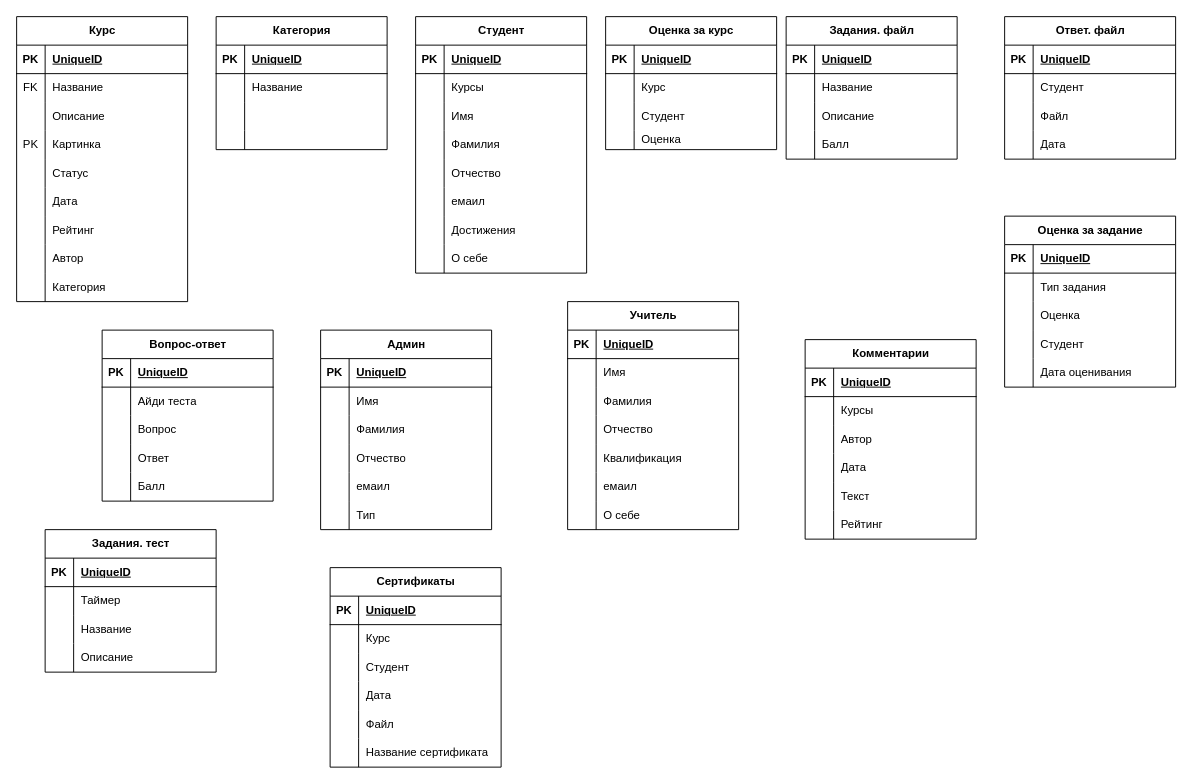
Above: Диаграмма без названия.drawio in Thinknov/my (draw.io), before the change. Source tidied: cells renumbered, new cells numbered last; positions are measured from the earlier drawing's top-left corner, leaving out a move shared by most shapes. Both pictures are drawn from the tidied source at 95%, with x=0, y=0 at pixel (16, 16).
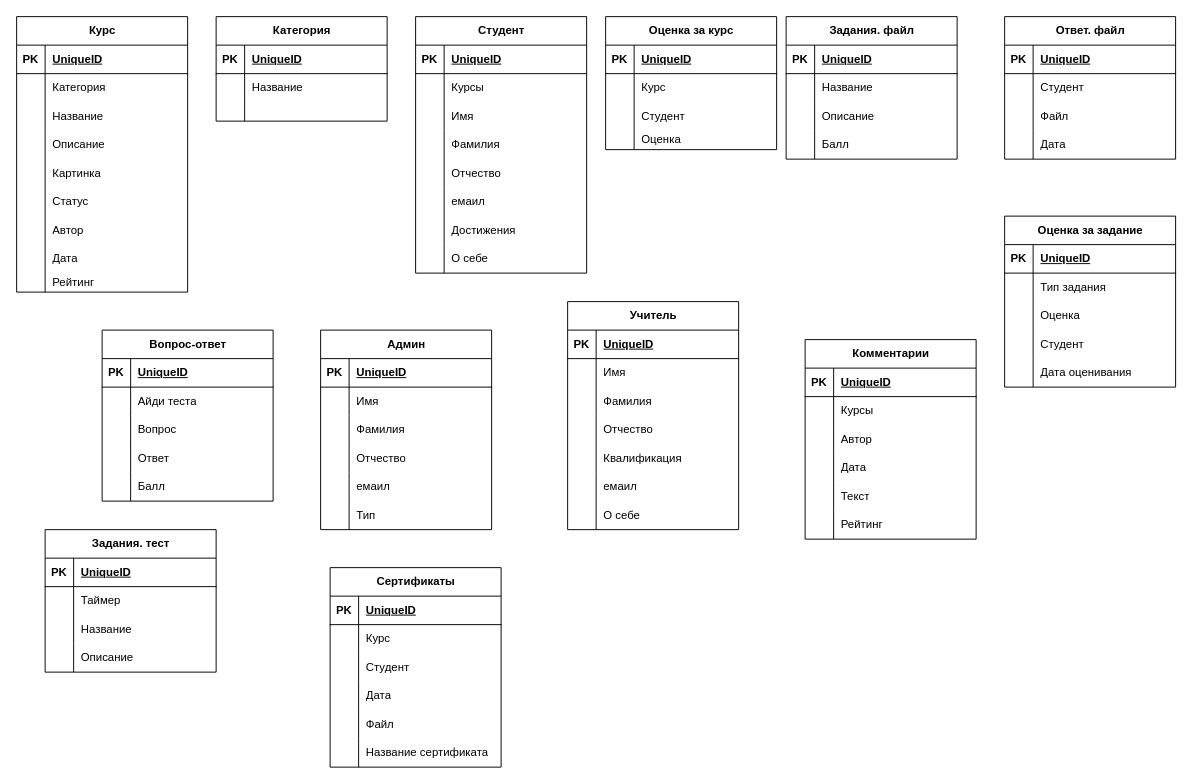
Above is the later version.

Change to the diagram source:
```diff
@@
     <mxCell id="2" value="Курс" style="shape=table;startSize=30;childLayout=tableLayout;rowLines=0;fontStyle=1;align=center;html=1;" parent="1" vertex="1">
-      <mxGeometry width="180" height="300" as="geometry" />
+      <mxGeometry width="180" height="290" as="geometry" />
     </mxCell>
@@
+    <mxCell id="27" style="shape=tableRow;horizontal=0;startSize=0;swimlaneHead=0;swimlaneBody=0;fillColor=none;top=0;left=0;right=0;bottom=0;" parent="2" vertex="1">
+      <mxGeometry y="60" width="180" height="30" as="geometry" />
+    </mxCell>
+    <mxCell id="28" style="shape=partialRectangle;fillColor=none;top=0;left=0;bottom=0;right=0;overflow=hidden;whiteSpace=wrap;html=1;" parent="27" vertex="1">
+      <mxGeometry width="30" height="30" as="geometry" />
+    </mxCell>
+    <mxCell id="29" value="Категория" style="shape=partialRectangle;fillColor=none;top=0;left=0;bottom=0;right=0;align=left;spacingLeft=6;overflow=hidden;whiteSpace=wrap;html=1;" parent="27" vertex="1">
+      <mxGeometry x="30" width="150" height="30" as="geometry" />
+    </mxCell>
     <mxCell id="6" style="shape=tableRow;horizontal=0;startSize=0;swimlaneHead=0;swimlaneBody=0;fillColor=none;top=0;left=0;right=0;bottom=0;" parent="2" vertex="1">
-      <mxGeometry y="60" width="180" height="30" as="geometry" />
+      <mxGeometry y="90" width="180" height="30" as="geometry" />
     </mxCell>
-    <mxCell id="7" value="FK" style="shape=partialRectangle;fillColor=none;top=0;left=0;bottom=0;right=0;overflow=hidden;whiteSpace=wrap;html=1;" parent="6" vertex="1">
+    <mxCell id="7" style="shape=partialRectangle;fillColor=none;top=0;left=0;bottom=0;right=0;overflow=hidden;whiteSpace=wrap;html=1;" parent="6" vertex="1">
       <mxGeometry width="30" height="30" as="geometry" />
     </mxCell>
@@
     <mxCell id="9" style="shape=tableRow;horizontal=0;startSize=0;swimlaneHead=0;swimlaneBody=0;fillColor=none;top=0;left=0;right=0;bottom=0;" parent="2" vertex="1">
-      <mxGeometry y="90" width="180" height="30" as="geometry" />
+      <mxGeometry y="120" width="180" height="30" as="geometry" />
     </mxCell>
@@
     <mxCell id="12" style="shape=tableRow;horizontal=0;startSize=0;swimlaneHead=0;swimlaneBody=0;fillColor=none;top=0;left=0;right=0;bottom=0;" parent="2" vertex="1">
-      <mxGeometry y="120" width="180" height="30" as="geometry" />
+      <mxGeometry y="150" width="180" height="30" as="geometry" />
     </mxCell>
-    <mxCell id="13" value="&lt;div&gt;PK&lt;/div&gt;" style="shape=partialRectangle;fillColor=none;top=0;left=0;bottom=0;right=0;overflow=hidden;whiteSpace=wrap;html=1;" parent="12" vertex="1">
+    <mxCell id="13" style="shape=partialRectangle;fillColor=none;top=0;left=0;bottom=0;right=0;overflow=hidden;whiteSpace=wrap;html=1;" parent="12" vertex="1">
       <mxGeometry width="30" height="30" as="geometry" />
     </mxCell>
@@
     <mxCell id="15" style="shape=tableRow;horizontal=0;startSize=0;swimlaneHead=0;swimlaneBody=0;fillColor=none;top=0;left=0;right=0;bottom=0;" parent="2" vertex="1">
-      <mxGeometry y="150" width="180" height="30" as="geometry" />
+      <mxGeometry y="180" width="180" height="30" as="geometry" />
     </mxCell>
@@
+    <mxCell id="24" style="shape=tableRow;horizontal=0;startSize=0;swimlaneHead=0;swimlaneBody=0;fillColor=none;top=0;left=0;right=0;bottom=0;" parent="2" vertex="1">
+      <mxGeometry y="210" width="180" height="30" as="geometry" />
+    </mxCell>
+    <mxCell id="25" style="shape=partialRectangle;fillColor=none;top=0;left=0;bottom=0;right=0;overflow=hidden;whiteSpace=wrap;html=1;" parent="24" vertex="1">
+      <mxGeometry width="30" height="30" as="geometry" />
+    </mxCell>
+    <mxCell id="26" value="Автор" style="shape=partialRectangle;fillColor=none;top=0;left=0;bottom=0;right=0;align=left;spacingLeft=6;overflow=hidden;whiteSpace=wrap;html=1;" parent="24" vertex="1">
+      <mxGeometry x="30" width="150" height="30" as="geometry" />
+    </mxCell>
     <mxCell id="18" style="shape=tableRow;horizontal=0;startSize=0;swimlaneHead=0;swimlaneBody=0;fillColor=none;top=0;left=0;right=0;bottom=0;" parent="2" vertex="1">
-      <mxGeometry y="180" width="180" height="30" as="geometry" />
+      <mxGeometry y="240" width="180" height="30" as="geometry" />
     </mxCell>
@@
     <mxCell id="21" style="shape=tableRow;horizontal=0;startSize=0;swimlaneHead=0;swimlaneBody=0;fillColor=none;top=0;left=0;right=0;bottom=0;" parent="2" vertex="1">
-      <mxGeometry y="210" width="180" height="30" as="geometry" />
+      <mxGeometry y="270" width="180" height="20" as="geometry" />
     </mxCell>
     <mxCell id="22" style="shape=partialRectangle;fillColor=none;top=0;left=0;bottom=0;right=0;overflow=hidden;whiteSpace=wrap;html=1;" parent="21" vertex="1">
-      <mxGeometry width="30" height="30" as="geometry" />
+      <mxGeometry width="30" height="20" as="geometry" />
     </mxCell>
     <mxCell id="23" value="Рейтинг" style="shape=partialRectangle;fillColor=none;top=0;left=0;bottom=0;right=0;align=left;spacingLeft=6;overflow=hidden;whiteSpace=wrap;html=1;" parent="21" vertex="1">
-      <mxGeometry x="30" width="150" height="30" as="geometry" />
+      <mxGeometry x="30" width="150" height="20" as="geometry" />
     </mxCell>
-    <mxCell id="24" style="shape=tableRow;horizontal=0;startSize=0;swimlaneHead=0;swimlaneBody=0;fillColor=none;top=0;left=0;right=0;bottom=0;" parent="2" vertex="1">
-      <mxGeometry y="240" width="180" height="30" as="geometry" />
-    </mxCell>
-    <mxCell id="25" style="shape=partialRectangle;fillColor=none;top=0;left=0;bottom=0;right=0;overflow=hidden;whiteSpace=wrap;html=1;" parent="24" vertex="1">
-      <mxGeometry width="30" height="30" as="geometry" />
-    </mxCell>
-    <mxCell id="26" value="Автор" style="shape=partialRectangle;fillColor=none;top=0;left=0;bottom=0;right=0;align=left;spacingLeft=6;overflow=hidden;whiteSpace=wrap;html=1;" parent="24" vertex="1">
-      <mxGeometry x="30" width="150" height="30" as="geometry" />
-    </mxCell>
-    <mxCell id="27" style="shape=tableRow;horizontal=0;startSize=0;swimlaneHead=0;swimlaneBody=0;fillColor=none;top=0;left=0;right=0;bottom=0;" parent="2" vertex="1">
-      <mxGeometry y="270" width="180" height="30" as="geometry" />
-    </mxCell>
-    <mxCell id="28" style="shape=partialRectangle;fillColor=none;top=0;left=0;bottom=0;right=0;overflow=hidden;whiteSpace=wrap;html=1;" parent="27" vertex="1">
-      <mxGeometry width="30" height="30" as="geometry" />
-    </mxCell>
-    <mxCell id="29" value="Категория" style="shape=partialRectangle;fillColor=none;top=0;left=0;bottom=0;right=0;align=left;spacingLeft=6;overflow=hidden;whiteSpace=wrap;html=1;" parent="27" vertex="1">
-      <mxGeometry x="30" width="150" height="30" as="geometry" />
-    </mxCell>
     <mxCell id="30" value="Категория" style="shape=table;startSize=30;childLayout=tableLayout;rowLines=0;fontStyle=1;align=center;html=1;" parent="1" vertex="1">
-      <mxGeometry x="210" width="180" height="140" as="geometry" />
+      <mxGeometry x="210" width="180" height="110" as="geometry" />
     </mxCell>
@@
-    <mxCell id="37" style="shape=tableRow;horizontal=0;startSize=0;swimlaneHead=0;swimlaneBody=0;fillColor=none;top=0;left=0;right=0;bottom=0;" parent="30" vertex="1">
-      <mxGeometry y="90" width="180" height="30" as="geometry" />
-    </mxCell>
-    <mxCell id="38" style="shape=partialRectangle;fillColor=none;top=0;left=0;bottom=0;right=0;overflow=hidden;whiteSpace=wrap;html=1;" parent="37" vertex="1">
-      <mxGeometry width="30" height="30" as="geometry" />
-    </mxCell>
-    <mxCell id="39" style="shape=partialRectangle;fillColor=none;top=0;left=0;bottom=0;right=0;align=left;spacingLeft=6;overflow=hidden;whiteSpace=wrap;html=1;" parent="37" vertex="1">
-      <mxGeometry x="30" width="150" height="30" as="geometry" />
-    </mxCell>
     <mxCell id="40" style="shape=tableRow;horizontal=0;startSize=0;swimlaneHead=0;swimlaneBody=0;fillColor=none;top=0;left=0;right=0;bottom=0;" parent="30" vertex="1">
-      <mxGeometry y="120" width="180" height="20" as="geometry" />
+      <mxGeometry y="90" width="180" height="20" as="geometry" />
     </mxCell>
```
